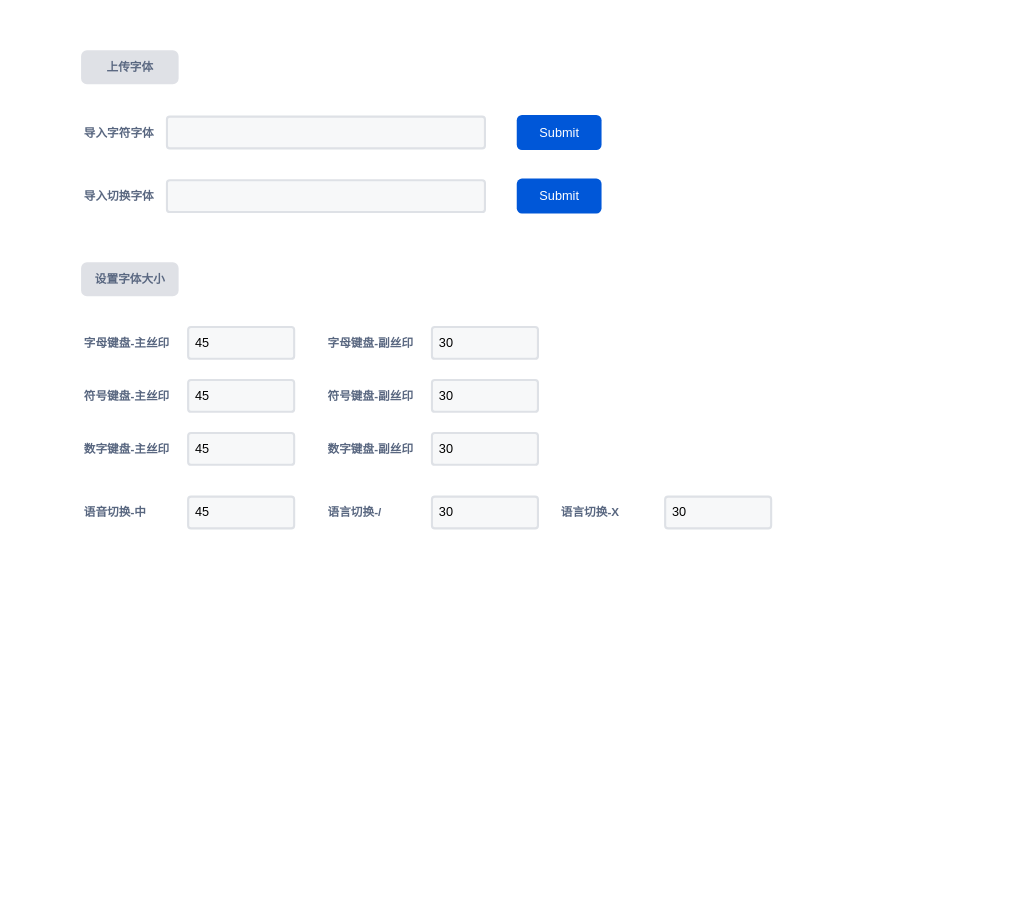
chonglv/charts keeps this draw.io diagram as drawio/字体设置.drawio. Above is the earlier version. Source tidied: cells renumbered, new cells numbered last; positions are measured from the earlier drawing's top-left corner, leaving out a move shared by most shapes. Both pictures are drawn from the tidied source at 106%, with x=0, y=0 at pixel (82, 51).
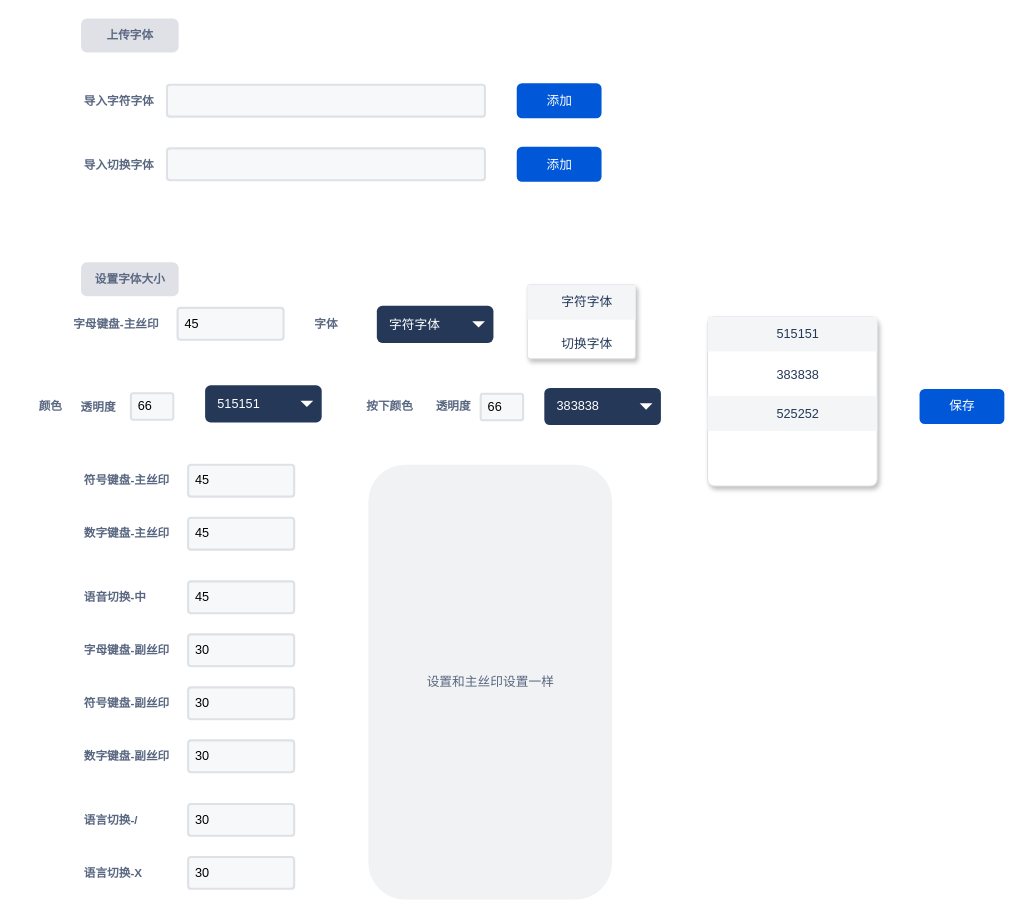
The same page after the edit.

Commit message:
更新字体设置.drawio

Change to the diagram source:
```diff
@@
     <mxCell id="2" value="导入字符字体" style="fillColor=none;strokeColor=none;html=1;fontSize=11;fontStyle=0;align=left;fontColor=#596780;fontStyle=1;fontSize=11;" parent="1" vertex="1">
-      <mxGeometry y="66.5" width="60" height="20" as="geometry" />
+      <mxGeometry y="36.5" width="60" height="20" as="geometry" />
     </mxCell>
     <mxCell id="3" style="rounded=1;arcSize=9;fillColor=#F7F8F9;align=left;spacingLeft=5;strokeColor=#DEE1E6;html=1;strokeWidth=2;fontSize=12;" parent="1" vertex="1">
-      <mxGeometry x="80" y="61.5" width="300" height="30" as="geometry" />
+      <mxGeometry x="80" y="31.5" width="300" height="30" as="geometry" />
     </mxCell>
-    <mxCell id="4" value="Submit" style="rounded=1;fillColor=#0057D8;align=center;strokeColor=none;html=1;fontColor=#ffffff;fontSize=12;" parent="1" vertex="1">
-      <mxGeometry x="410" y="60" width="80" height="33" as="geometry" />
+    <mxCell id="4" value="添加" style="rounded=1;fillColor=#0057D8;align=center;strokeColor=none;html=1;fontColor=#ffffff;fontSize=12;" parent="1" vertex="1">
+      <mxGeometry x="410" y="30" width="80" height="33" as="geometry" />
     </mxCell>
     <mxCell id="5" style="rounded=1;arcSize=9;fillColor=#F7F8F9;align=left;spacingLeft=5;strokeColor=#DEE1E6;html=1;strokeWidth=2;fontSize=12;" parent="1" vertex="1">
-      <mxGeometry x="80" y="121.5" width="300" height="30" as="geometry" />
+      <mxGeometry x="80" y="91.5" width="300" height="30" as="geometry" />
     </mxCell>
-    <mxCell id="6" value="Submit" style="rounded=1;fillColor=#0057D8;align=center;strokeColor=none;html=1;fontColor=#ffffff;fontSize=12;" parent="1" vertex="1">
-      <mxGeometry x="410" y="120" width="80" height="33" as="geometry" />
+    <mxCell id="6" value="添加" style="rounded=1;fillColor=#0057D8;align=center;strokeColor=none;html=1;fontColor=#ffffff;fontSize=12;" parent="1" vertex="1">
+      <mxGeometry x="410" y="90" width="80" height="33" as="geometry" />
     </mxCell>
     <mxCell id="7" value="导入切换字体" style="fillColor=none;strokeColor=none;html=1;fontSize=11;fontStyle=0;align=left;fontColor=#596780;fontStyle=1;fontSize=11;" parent="1" vertex="1">
-      <mxGeometry y="126.5" width="60" height="20" as="geometry" />
+      <mxGeometry y="96.5" width="60" height="20" as="geometry" />
     </mxCell>
@@
     <mxCell id="9" value="&lt;span style=&quot;color: rgb(89 , 103 , 128) ; font-size: 11px ; text-align: left&quot;&gt;上传字体&lt;/span&gt;" style="dashed=0;html=1;rounded=1;fillColor=#DFE1E6;strokeColor=#DFE1E6;fontSize=12;align=center;fontStyle=1;strokeWidth=2;fontColor=#42526E;" parent="1" vertex="1">
-      <mxGeometry width="90" height="30" as="geometry" />
+      <mxGeometry y="-30" width="90" height="30" as="geometry" />
     </mxCell>
     <mxCell id="10" value="字母键盘-主丝印" style="fillColor=none;strokeColor=none;html=1;fontSize=11;fontStyle=0;align=left;fontColor=#596780;fontStyle=1;fontSize=11;" parent="1" vertex="1">
-      <mxGeometry y="265" width="60" height="20" as="geometry" />
+      <mxGeometry x="-10" y="247" width="60" height="20" as="geometry" />
     </mxCell>
     <mxCell id="11" value="45" style="rounded=1;arcSize=9;fillColor=#F7F8F9;align=left;spacingLeft=5;strokeColor=#DEE1E6;html=1;strokeWidth=2;fontSize=12;" parent="1" vertex="1">
-      <mxGeometry x="100" y="260" width="100" height="30" as="geometry" />
+      <mxGeometry x="90" y="242" width="100" height="30" as="geometry" />
     </mxCell>
     <mxCell id="12" value="字母键盘-副丝印" style="fillColor=none;strokeColor=none;html=1;fontSize=11;fontStyle=0;align=left;fontColor=#596780;fontStyle=1;fontSize=11;" parent="1" vertex="1">
-      <mxGeometry x="230" y="265" width="60" height="20" as="geometry" />
+      <mxGeometry y="555" width="60" height="20" as="geometry" />
     </mxCell>
     <mxCell id="13" value="30" style="rounded=1;arcSize=9;fillColor=#F7F8F9;align=left;spacingLeft=5;strokeColor=#DEE1E6;html=1;strokeWidth=2;fontSize=12;" parent="1" vertex="1">
-      <mxGeometry x="330" y="260" width="100" height="30" as="geometry" />
+      <mxGeometry x="100" y="550" width="100" height="30" as="geometry" />
     </mxCell>
     <mxCell id="14" value="符号键盘-主丝印" style="fillColor=none;strokeColor=none;html=1;fontSize=11;fontStyle=0;align=left;fontColor=#596780;fontStyle=1;fontSize=11;" parent="1" vertex="1">
-      <mxGeometry y="315" width="60" height="20" as="geometry" />
+      <mxGeometry y="395" width="60" height="20" as="geometry" />
     </mxCell>
     <mxCell id="15" value="45" style="rounded=1;arcSize=9;fillColor=#F7F8F9;align=left;spacingLeft=5;strokeColor=#DEE1E6;html=1;strokeWidth=2;fontSize=12;" parent="1" vertex="1">
-      <mxGeometry x="100" y="310" width="100" height="30" as="geometry" />
+      <mxGeometry x="100" y="390" width="100" height="30" as="geometry" />
     </mxCell>
     <mxCell id="16" value="符号键盘-副丝印" style="fillColor=none;strokeColor=none;html=1;fontSize=11;fontStyle=0;align=left;fontColor=#596780;fontStyle=1;fontSize=11;" parent="1" vertex="1">
-      <mxGeometry x="230" y="315" width="60" height="20" as="geometry" />
+      <mxGeometry y="605" width="60" height="20" as="geometry" />
     </mxCell>
     <mxCell id="17" value="30" style="rounded=1;arcSize=9;fillColor=#F7F8F9;align=left;spacingLeft=5;strokeColor=#DEE1E6;html=1;strokeWidth=2;fontSize=12;" parent="1" vertex="1">
-      <mxGeometry x="330" y="310" width="100" height="30" as="geometry" />
+      <mxGeometry x="100" y="600" width="100" height="30" as="geometry" />
     </mxCell>
     <mxCell id="18" value="数字键盘-主丝印" style="fillColor=none;strokeColor=none;html=1;fontSize=11;fontStyle=0;align=left;fontColor=#596780;fontStyle=1;fontSize=11;" parent="1" vertex="1">
-      <mxGeometry y="365" width="60" height="20" as="geometry" />
+      <mxGeometry y="445" width="60" height="20" as="geometry" />
     </mxCell>
     <mxCell id="19" value="45" style="rounded=1;arcSize=9;fillColor=#F7F8F9;align=left;spacingLeft=5;strokeColor=#DEE1E6;html=1;strokeWidth=2;fontSize=12;" parent="1" vertex="1">
-      <mxGeometry x="100" y="360" width="100" height="30" as="geometry" />
+      <mxGeometry x="100" y="440" width="100" height="30" as="geometry" />
     </mxCell>
     <mxCell id="20" value="数字键盘-副丝印" style="fillColor=none;strokeColor=none;html=1;fontSize=11;fontStyle=0;align=left;fontColor=#596780;fontStyle=1;fontSize=11;" parent="1" vertex="1">
-      <mxGeometry x="230" y="365" width="60" height="20" as="geometry" />
+      <mxGeometry y="655" width="60" height="20" as="geometry" />
     </mxCell>
     <mxCell id="21" value="30" style="rounded=1;arcSize=9;fillColor=#F7F8F9;align=left;spacingLeft=5;strokeColor=#DEE1E6;html=1;strokeWidth=2;fontSize=12;" parent="1" vertex="1">
-      <mxGeometry x="330" y="360" width="100" height="30" as="geometry" />
+      <mxGeometry x="100" y="650" width="100" height="30" as="geometry" />
     </mxCell>
     <mxCell id="22" value="语音切换-中" style="fillColor=none;strokeColor=none;html=1;fontSize=11;fontStyle=0;align=left;fontColor=#596780;fontStyle=1;fontSize=11;" parent="1" vertex="1">
-      <mxGeometry y="425" width="60" height="20" as="geometry" />
+      <mxGeometry y="505" width="60" height="20" as="geometry" />
     </mxCell>
     <mxCell id="23" value="45" style="rounded=1;arcSize=9;fillColor=#F7F8F9;align=left;spacingLeft=5;strokeColor=#DEE1E6;html=1;strokeWidth=2;fontSize=12;" parent="1" vertex="1">
-      <mxGeometry x="100" y="420" width="100" height="30" as="geometry" />
+      <mxGeometry x="100" y="500" width="100" height="30" as="geometry" />
     </mxCell>
     <mxCell id="24" value="语言切换-/" style="fillColor=none;strokeColor=none;html=1;fontSize=11;fontStyle=0;align=left;fontColor=#596780;fontStyle=1;fontSize=11;" parent="1" vertex="1">
-      <mxGeometry x="230" y="425" width="60" height="20" as="geometry" />
+      <mxGeometry y="715" width="60" height="20" as="geometry" />
     </mxCell>
     <mxCell id="25" value="30" style="rounded=1;arcSize=9;fillColor=#F7F8F9;align=left;spacingLeft=5;strokeColor=#DEE1E6;html=1;strokeWidth=2;fontSize=12;" parent="1" vertex="1">
-      <mxGeometry x="330" y="420" width="100" height="30" as="geometry" />
+      <mxGeometry x="100" y="710" width="100" height="30" as="geometry" />
     </mxCell>
     <mxCell id="26" value="语言切换-X" style="fillColor=none;strokeColor=none;html=1;fontSize=11;fontStyle=0;align=left;fontColor=#596780;fontStyle=1;fontSize=11;" parent="1" vertex="1">
-      <mxGeometry x="450" y="425" width="60" height="20" as="geometry" />
+      <mxGeometry y="765" width="60" height="20" as="geometry" />
     </mxCell>
     <mxCell id="27" value="30" style="rounded=1;arcSize=9;fillColor=#F7F8F9;align=left;spacingLeft=5;strokeColor=#DEE1E6;html=1;strokeWidth=2;fontSize=12;" parent="1" vertex="1">
-      <mxGeometry x="550" y="420" width="100" height="30" as="geometry" />
+      <mxGeometry x="100" y="760" width="100" height="30" as="geometry" />
     </mxCell>
+    <mxCell id="28" value="字符字体" style="rounded=1;fillColor=#253858;strokeColor=none;html=1;fontColor=#ffffff;align=left;fontSize=12;spacingLeft=10;" parent="1" vertex="1">
+      <mxGeometry x="278" y="240" width="110" height="35" as="geometry" />
+    </mxCell>
+    <mxCell id="29" style="shape=triangle;direction=south;fillColor=#ffffff;strokeColor=none;html=1;" parent="28" vertex="1">
+      <mxGeometry x="1" y="0.5" width="12" height="6" relative="1" as="geometry">
+        <mxPoint x="-20" y="-3" as="offset" />
+      </mxGeometry>
+    </mxCell>
+    <mxCell id="30" style="rounded=1;fillColor=#ffffff;strokeColor=#DFE1E5;shadow=1;html=1;arcSize=4;align=center;" parent="1" vertex="1">
+      <mxGeometry x="420" y="220" width="102" height="70" as="geometry" />
+    </mxCell>
+    <mxCell id="31" value="字符字体" style="rounded=0;fillColor=#F4F5F7;strokeColor=none;shadow=0;html=1;align=center;fontSize=12;spacingLeft=10;fontColor=#253858;" parent="30" vertex="1">
+      <mxGeometry width="102" height="33" relative="1" as="geometry" />
+    </mxCell>
+    <mxCell id="32" value="切换字体" style="rounded=0;fillColor=none;strokeColor=none;shadow=0;html=1;align=center;fontSize=12;spacingLeft=10;fontColor=#253858;" parent="30" vertex="1">
+      <mxGeometry width="102" height="33" relative="1" as="geometry">
+        <mxPoint y="39" as="offset" />
+      </mxGeometry>
+    </mxCell>
+    <mxCell id="33" value="字体" style="fillColor=none;strokeColor=none;html=1;fontSize=11;fontStyle=0;align=center;fontColor=#596780;fontStyle=1;fontSize=11;" parent="1" vertex="1">
+      <mxGeometry x="200" y="247" width="60" height="20" as="geometry" />
+    </mxCell>
+    <mxCell id="34" value="515151" style="rounded=1;fillColor=#253858;strokeColor=none;html=1;fontColor=#ffffff;align=left;fontSize=12;spacingLeft=10;" parent="1" vertex="1">
+      <mxGeometry x="116" y="315" width="110" height="35" as="geometry" />
+    </mxCell>
+    <mxCell id="35" style="shape=triangle;direction=south;fillColor=#ffffff;strokeColor=none;html=1;" parent="34" vertex="1">
+      <mxGeometry x="1" y="0.5" width="12" height="6" relative="1" as="geometry">
+        <mxPoint x="-20" y="-3" as="offset" />
+      </mxGeometry>
+    </mxCell>
+    <mxCell id="36" value="透明度" style="fillColor=none;strokeColor=none;html=1;fontSize=11;fontStyle=0;align=center;fontColor=#596780;fontStyle=1;fontSize=11;" parent="1" vertex="1">
+      <mxGeometry x="-15" y="325.5" width="60" height="20" as="geometry" />
+    </mxCell>
+    <mxCell id="37" value="383838" style="rounded=1;fillColor=#253858;strokeColor=none;html=1;fontColor=#ffffff;align=left;fontSize=12;spacingLeft=10;" parent="1" vertex="1">
+      <mxGeometry x="436" y="317.5" width="110" height="35" as="geometry" />
+    </mxCell>
+    <mxCell id="38" style="shape=triangle;direction=south;fillColor=#ffffff;strokeColor=none;html=1;" parent="37" vertex="1">
+      <mxGeometry x="1" y="0.5" width="12" height="6" relative="1" as="geometry">
+        <mxPoint x="-20" y="-3" as="offset" />
+      </mxGeometry>
+    </mxCell>
+    <mxCell id="39" value="按下颜色" style="fillColor=none;strokeColor=none;html=1;fontSize=11;fontStyle=0;align=center;fontColor=#596780;fontStyle=1;fontSize=11;" parent="1" vertex="1">
+      <mxGeometry x="260" y="325" width="60" height="20" as="geometry" />
+    </mxCell>
+    <mxCell id="40" value="66" style="rounded=1;arcSize=9;fillColor=#F7F8F9;align=left;spacingLeft=5;strokeColor=#DEE1E6;html=1;strokeWidth=2;fontSize=12;" parent="1" vertex="1">
+      <mxGeometry x="376" y="323" width="40" height="25" as="geometry" />
+    </mxCell>
+    <mxCell id="41" value="66" style="rounded=1;arcSize=9;fillColor=#F7F8F9;align=left;spacingLeft=5;strokeColor=#DEE1E6;html=1;strokeWidth=2;fontSize=12;" parent="1" vertex="1">
+      <mxGeometry x="46" y="322.5" width="40" height="25" as="geometry" />
+    </mxCell>
+    <mxCell id="42" style="rounded=1;fillColor=#ffffff;strokeColor=#DFE1E5;shadow=1;html=1;arcSize=4;align=center;" parent="1" vertex="1">
+      <mxGeometry x="590" y="250" width="160" height="160" as="geometry" />
+    </mxCell>
+    <mxCell id="43" value="515151" style="rounded=0;fillColor=#F4F5F7;strokeColor=none;shadow=0;html=1;align=center;fontSize=12;spacingLeft=10;fontColor=#253858;" parent="42" vertex="1">
+      <mxGeometry width="160" height="33" relative="1" as="geometry" />
+    </mxCell>
+    <mxCell id="44" value="383838" style="rounded=0;fillColor=none;strokeColor=none;shadow=0;html=1;align=center;fontSize=12;spacingLeft=10;fontColor=#253858;" parent="42" vertex="1">
+      <mxGeometry width="160" height="33" relative="1" as="geometry">
+        <mxPoint y="39" as="offset" />
+      </mxGeometry>
+    </mxCell>
+    <mxCell id="45" value="525252" style="rounded=0;fillColor=#F4F5F7;strokeColor=none;shadow=0;html=1;align=center;fontSize=12;spacingLeft=10;fontColor=#253858;" parent="42" vertex="1">
+      <mxGeometry y="75" width="160" height="33" as="geometry" />
+    </mxCell>
+    <mxCell id="46" value="颜色" style="fillColor=none;strokeColor=none;html=1;fontSize=11;fontStyle=0;align=center;fontColor=#596780;fontStyle=1;fontSize=11;" parent="1" vertex="1">
+      <mxGeometry x="-60" y="325" width="60" height="20" as="geometry" />
+    </mxCell>
+    <mxCell id="47" value="透明度" style="fillColor=none;strokeColor=none;html=1;fontSize=11;fontStyle=0;align=center;fontColor=#596780;fontStyle=1;fontSize=11;" parent="1" vertex="1">
+      <mxGeometry x="320" y="325" width="60" height="20" as="geometry" />
+    </mxCell>
+    <mxCell id="48" value="设置和主丝印设置一样" style="rounded=1;align=center;fillColor=#F1F2F4;strokeColor=none;html=1;fontColor=#596780;fontSize=12;" parent="1" vertex="1">
+      <mxGeometry x="270" y="390" width="230" height="410" as="geometry" />
+    </mxCell>
+    <mxCell id="49" value="保存" style="rounded=1;fillColor=#0057D8;align=center;strokeColor=none;html=1;fontColor=#ffffff;fontSize=12;" parent="1" vertex="1">
+      <mxGeometry x="790" y="318.5" width="80" height="33" as="geometry" />
+    </mxCell>
```
